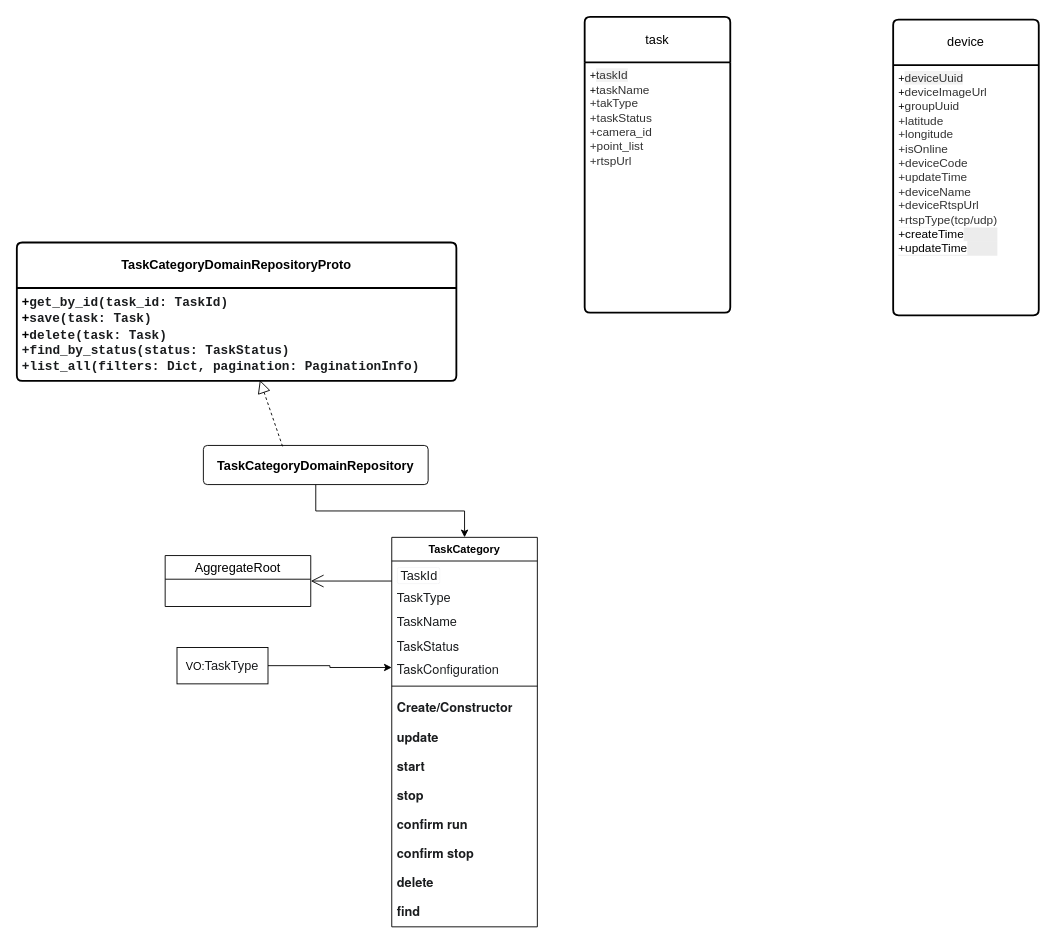
The draw.io diagram 1.drawio in monster-46173/djjs, before the edit. Source tidied: cells renumbered, new cells numbered last; positions are measured from the earlier drawing's top-left corner, leaving out a move shared by most shapes. Both pictures are drawn from the tidied source at 91%, with x=0, y=0 at pixel (16, 16).
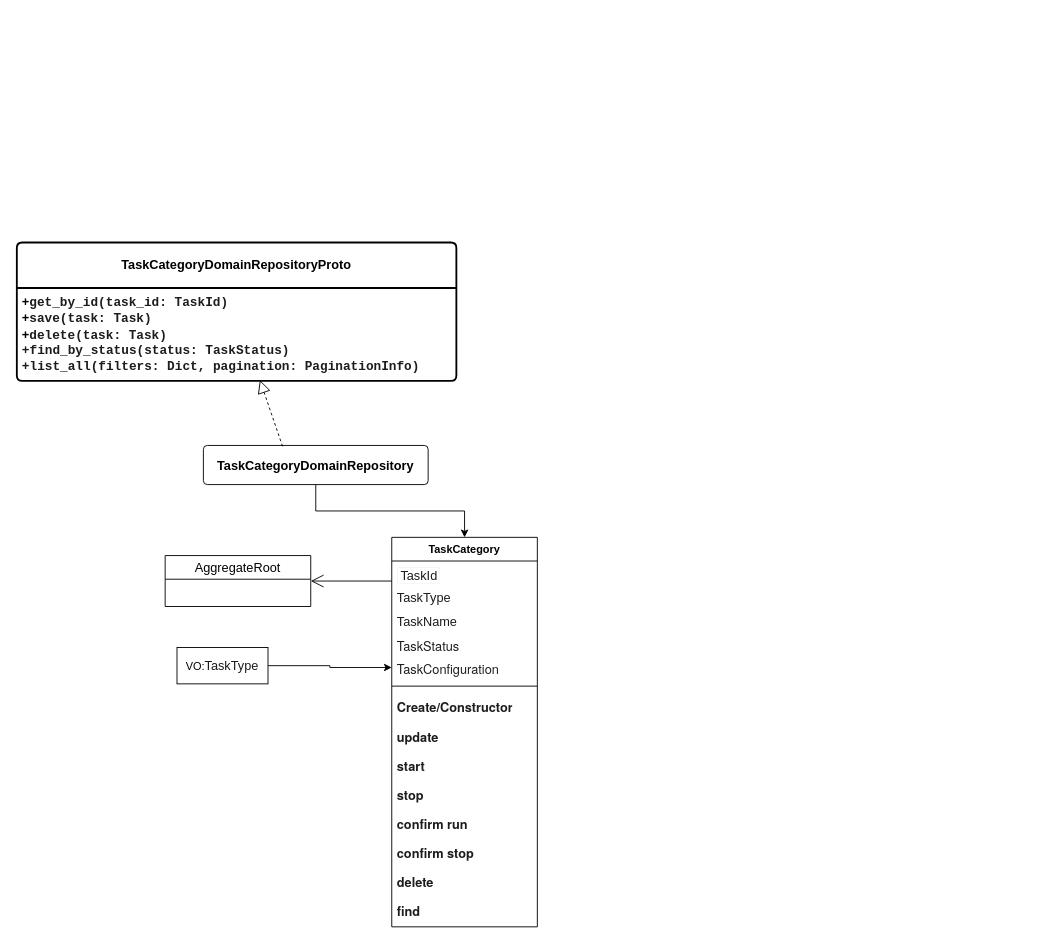
After the change.

Change to the diagram source:
```diff
@@
-    <mxCell id="3" value="device" style="swimlane;horizontal=1;startSize=50;rounded=1;fontSize=14;fontStyle=0;strokeWidth=2;shadow=0;dashed=0;align=center;arcSize=4;whiteSpace=wrap;html=1;" parent="1" vertex="1">
-      <mxGeometry x="963" y="3" width="160" height="325" as="geometry" />
-    </mxCell>
-    <mxCell id="4" value="+&lt;span style=&quot;color: rgb(51, 51, 51); font-family: &amp;quot;Microsoft YaHei&amp;quot;, &amp;quot;Hiragino Sans GB&amp;quot;, &amp;quot;PingFang SC&amp;quot;, SimHei, 宋体, &amp;quot;Arial Unicode MS&amp;quot;; font-size: 13px; text-wrap-mode: nowrap; background-color: rgb(242, 242, 242);&quot;&gt;deviceUuid&lt;/span&gt;&lt;br&gt;+&lt;span style=&quot;color: rgb(51, 51, 51); font-family: &amp;quot;Microsoft YaHei&amp;quot;, &amp;quot;Hiragino Sans GB&amp;quot;, &amp;quot;PingFang SC&amp;quot;, SimHei, 宋体, &amp;quot;Arial Unicode MS&amp;quot;; font-size: 13px; text-wrap-mode: nowrap; background-color: rgb(255, 255, 255);&quot;&gt;deviceImageUrl&lt;/span&gt;&lt;br&gt;+&lt;span style=&quot;color: rgb(51, 51, 51); font-family: &amp;quot;Microsoft YaHei&amp;quot;, &amp;quot;Hiragino Sans GB&amp;quot;, &amp;quot;PingFang SC&amp;quot;, SimHei, 宋体, &amp;quot;Arial Unicode MS&amp;quot;; font-size: 13px; text-wrap-mode: nowrap; background-color: rgb(255, 255, 255);&quot;&gt;groupUuid&lt;/span&gt;&lt;div&gt;&lt;font face=&quot;Microsoft YaHei, Hiragino Sans GB, PingFang SC, SimHei, 宋体, Arial Unicode MS&quot; color=&quot;#333333&quot;&gt;&lt;span style=&quot;font-size: 13px; text-wrap-mode: nowrap;&quot;&gt;+&lt;/span&gt;&lt;/font&gt;&lt;span style=&quot;color: rgb(51, 51, 51); font-family: &amp;quot;Microsoft YaHei&amp;quot;, &amp;quot;Hiragino Sans GB&amp;quot;, &amp;quot;PingFang SC&amp;quot;, SimHei, 宋体, &amp;quot;Arial Unicode MS&amp;quot;; font-size: 13px; text-wrap-mode: nowrap; background-color: rgb(255, 255, 255);&quot;&gt;latitude&lt;/span&gt;&lt;/div&gt;&lt;div&gt;&lt;font face=&quot;Microsoft YaHei, Hiragino Sans GB, PingFang SC, SimHei, 宋体, Arial Unicode MS&quot; color=&quot;#333333&quot;&gt;&lt;span style=&quot;font-size: 13px; text-wrap-mode: nowrap;&quot;&gt;+&lt;/span&gt;&lt;/font&gt;&lt;span style=&quot;color: rgb(51, 51, 51); font-family: &amp;quot;Microsoft YaHei&amp;quot;, &amp;quot;Hiragino Sans GB&amp;quot;, &amp;quot;PingFang SC&amp;quot;, SimHei, 宋体, &amp;quot;Arial Unicode MS&amp;quot;; font-size: 13px; text-wrap-mode: nowrap; background-color: rgb(255, 255, 255);&quot;&gt;longitude&lt;/span&gt;&lt;font face=&quot;Microsoft YaHei, Hiragino Sans GB, PingFang SC, SimHei, 宋体, Arial Unicode MS&quot; color=&quot;#333333&quot;&gt;&lt;span style=&quot;font-size: 13px; text-wrap-mode: nowrap;&quot;&gt;&lt;br&gt;&lt;/span&gt;&lt;/font&gt;&lt;div&gt;&lt;span style=&quot;color: rgb(51, 51, 51); font-family: &amp;quot;Microsoft YaHei&amp;quot;, &amp;quot;Hiragino Sans GB&amp;quot;, &amp;quot;PingFang SC&amp;quot;, SimHei, 宋体, &amp;quot;Arial Unicode MS&amp;quot;; font-size: 13px; text-wrap-mode: nowrap; background-color: rgb(255, 255, 255);&quot;&gt;+&lt;/span&gt;&lt;span style=&quot;background-color: rgb(255, 255, 255); color: rgb(51, 51, 51); font-family: &amp;quot;Microsoft YaHei&amp;quot;, &amp;quot;Hiragino Sans GB&amp;quot;, &amp;quot;PingFang SC&amp;quot;, SimHei, 宋体, &amp;quot;Arial Unicode MS&amp;quot;; font-size: 13px; text-wrap-mode: nowrap;&quot;&gt;isOnline&lt;/span&gt;&lt;/div&gt;&lt;/div&gt;&lt;div&gt;&lt;span style=&quot;background-color: rgb(255, 255, 255); color: rgb(51, 51, 51); font-family: &amp;quot;Microsoft YaHei&amp;quot;, &amp;quot;Hiragino Sans GB&amp;quot;, &amp;quot;PingFang SC&amp;quot;, SimHei, 宋体, &amp;quot;Arial Unicode MS&amp;quot;; font-size: 13px; text-wrap-mode: nowrap;&quot;&gt;+deviceCode&lt;br&gt;+&lt;/span&gt;&lt;span style=&quot;background-color: rgb(255, 255, 255); color: rgb(51, 51, 51); font-family: &amp;quot;Microsoft YaHei&amp;quot;, &amp;quot;Hiragino Sans GB&amp;quot;, &amp;quot;PingFang SC&amp;quot;, SimHei, 宋体, &amp;quot;Arial Unicode MS&amp;quot;; font-size: 13px; text-wrap-mode: nowrap;&quot;&gt;updateTime&lt;/span&gt;&lt;/div&gt;&lt;div&gt;&lt;span style=&quot;background-color: rgb(255, 255, 255); color: rgb(51, 51, 51); font-family: &amp;quot;Microsoft YaHei&amp;quot;, &amp;quot;Hiragino Sans GB&amp;quot;, &amp;quot;PingFang SC&amp;quot;, SimHei, 宋体, &amp;quot;Arial Unicode MS&amp;quot;; font-size: 13px; text-wrap-mode: nowrap;&quot;&gt;+&lt;/span&gt;&lt;span style=&quot;background-color: rgb(255, 255, 255); color: rgb(51, 51, 51); font-family: &amp;quot;Microsoft YaHei&amp;quot;, &amp;quot;Hiragino Sans GB&amp;quot;, &amp;quot;PingFang SC&amp;quot;, SimHei, 宋体, &amp;quot;Arial Unicode MS&amp;quot;; font-size: 13px; text-wrap-mode: nowrap;&quot;&gt;deviceName&lt;/span&gt;&lt;/div&gt;&lt;div&gt;&lt;span style=&quot;background-color: rgb(255, 255, 255); color: rgb(51, 51, 51); font-family: &amp;quot;Microsoft YaHei&amp;quot;, &amp;quot;Hiragino Sans GB&amp;quot;, &amp;quot;PingFang SC&amp;quot;, SimHei, 宋体, &amp;quot;Arial Unicode MS&amp;quot;; font-size: 13px; text-wrap-mode: nowrap;&quot;&gt;+&lt;/span&gt;&lt;span style=&quot;background-color: rgb(255, 255, 255); color: rgb(51, 51, 51); font-family: &amp;quot;Microsoft YaHei&amp;quot;, &amp;quot;Hiragino Sans GB&amp;quot;, &amp;quot;PingFang SC&amp;quot;, SimHei, 宋体, &amp;quot;Arial Unicode MS&amp;quot;; font-size: 13px; text-wrap-mode: nowrap;&quot;&gt;deviceRtspUrl&lt;/span&gt;&lt;/div&gt;&lt;div&gt;&lt;span style=&quot;background-color: rgb(255, 255, 255); color: rgb(51, 51, 51); font-family: &amp;quot;Microsoft YaHei&amp;quot;, &amp;quot;Hiragino Sans GB&amp;quot;, &amp;quot;PingFang SC&amp;quot;, SimHei, 宋体, &amp;quot;Arial Unicode MS&amp;quot;; font-size: 13px; text-wrap-mode: nowrap;&quot;&gt;+&lt;/span&gt;&lt;span style=&quot;background-color: rgb(255, 255, 255); color: rgb(51, 51, 51); font-family: &amp;quot;Microsoft YaHei&amp;quot;, &amp;quot;Hiragino Sans GB&amp;quot;, &amp;quot;PingFang SC&amp;quot;, SimHei, 宋体, &amp;quot;Arial Unicode MS&amp;quot;; font-size: 13px; text-wrap-mode: nowrap;&quot;&gt;rtspType(tcp/udp)&lt;/span&gt;&lt;/div&gt;&lt;div&gt;&lt;span style=&quot;background-color: rgb(255, 255, 255); color: rgb(51, 51, 51); font-family: &amp;quot;Microsoft YaHei&amp;quot;, &amp;quot;Hiragino Sans GB&amp;quot;, &amp;quot;PingFang SC&amp;quot;, SimHei, 宋体, &amp;quot;Arial Unicode MS&amp;quot;; font-size: 13px; text-wrap-mode: nowrap;&quot;&gt;&lt;div style=&quot;color: rgb(0, 0, 0); font-family: Helvetica; font-size: 12px; text-wrap-mode: wrap; background-color: rgb(236, 236, 236);&quot;&gt;&lt;font face=&quot;Microsoft YaHei, Hiragino Sans GB, PingFang SC, SimHei, 宋体, Arial Unicode MS&quot;&gt;&lt;span style=&quot;font-size: 13px; text-wrap-mode: nowrap; background-color: rgb(255, 255, 255);&quot;&gt;+createTime&lt;/span&gt;&lt;/font&gt;&lt;/div&gt;&lt;div style=&quot;color: rgb(0, 0, 0); font-family: Helvetica; font-size: 12px; text-wrap-mode: wrap; background-color: rgb(236, 236, 236);&quot;&gt;&lt;font face=&quot;Microsoft YaHei, Hiragino Sans GB, PingFang SC, SimHei, 宋体, Arial Unicode MS&quot;&gt;&lt;span style=&quot;font-size: 13px; text-wrap-mode: nowrap; background-color: rgb(255, 255, 255);&quot;&gt;+updateTime&lt;/span&gt;&lt;/font&gt;&lt;/div&gt;&lt;/span&gt;&lt;/div&gt;" style="align=left;strokeColor=none;fillColor=none;spacingLeft=4;spacingRight=4;fontSize=12;verticalAlign=top;html=1;whiteSpace=wrap;" parent="3" vertex="1">
-      <mxGeometry y="50" width="160" height="275" as="geometry" />
-    </mxCell>
@@
-    <mxCell id="6" value="task" style="swimlane;horizontal=1;startSize=50;rounded=1;fontSize=14;fontStyle=0;strokeWidth=2;shadow=0;dashed=0;align=center;arcSize=4;whiteSpace=wrap;html=1;" parent="1" vertex="1">
-      <mxGeometry x="624" width="160" height="325" as="geometry" />
-    </mxCell>
-    <mxCell id="7" value="+&lt;span style=&quot;color: rgb(51, 51, 51); font-family: &amp;quot;Microsoft YaHei&amp;quot;, &amp;quot;Hiragino Sans GB&amp;quot;, &amp;quot;PingFang SC&amp;quot;, SimHei, 宋体, &amp;quot;Arial Unicode MS&amp;quot;; font-size: 13px; text-wrap-mode: nowrap; background-color: rgb(242, 242, 242);&quot;&gt;taskId&lt;/span&gt;&lt;br&gt;+&lt;font face=&quot;Microsoft YaHei, Hiragino Sans GB, PingFang SC, SimHei, 宋体, Arial Unicode MS&quot; color=&quot;#333333&quot;&gt;&lt;span style=&quot;font-size: 13px; text-wrap-mode: nowrap; background-color: rgb(255, 255, 255);&quot;&gt;taskName&lt;/span&gt;&lt;/font&gt;&lt;br&gt;&lt;div&gt;&lt;font face=&quot;Microsoft YaHei, Hiragino Sans GB, PingFang SC, SimHei, 宋体, Arial Unicode MS&quot; color=&quot;#333333&quot;&gt;&lt;span style=&quot;font-size: 13px; text-wrap-mode: nowrap; background-color: rgb(255, 255, 255);&quot;&gt;+takType&lt;/span&gt;&lt;/font&gt;&lt;/div&gt;&lt;div&gt;&lt;font face=&quot;Microsoft YaHei, Hiragino Sans GB, PingFang SC, SimHei, 宋体, Arial Unicode MS&quot; color=&quot;#333333&quot;&gt;&lt;span style=&quot;font-size: 13px; text-wrap-mode: nowrap; background-color: rgb(255, 255, 255);&quot;&gt;+taskStatus&lt;/span&gt;&lt;/font&gt;&lt;/div&gt;&lt;div&gt;&lt;font face=&quot;Microsoft YaHei, Hiragino Sans GB, PingFang SC, SimHei, 宋体, Arial Unicode MS&quot; color=&quot;#333333&quot;&gt;&lt;span style=&quot;font-size: 13px; text-wrap-mode: nowrap; background-color: rgb(255, 255, 255);&quot;&gt;+&lt;/span&gt;&lt;/font&gt;&lt;span style=&quot;background-color: transparent; font-size: 13px; text-wrap-mode: nowrap;&quot;&gt;&lt;font face=&quot;Microsoft YaHei, Hiragino Sans GB, PingFang SC, SimHei, 宋体, Arial Unicode MS&quot; color=&quot;#333333&quot;&gt;camera_id&lt;/font&gt;&lt;/span&gt;&lt;/div&gt;&lt;div&gt;&lt;font face=&quot;Microsoft YaHei, Hiragino Sans GB, PingFang SC, SimHei, 宋体, Arial Unicode MS&quot; color=&quot;#333333&quot;&gt;&lt;span style=&quot;font-size: 13px; text-wrap-mode: nowrap; background-color: rgb(255, 255, 255);&quot;&gt;+&lt;/span&gt;&lt;/font&gt;&lt;span style=&quot;background-color: transparent; font-size: 13px; text-wrap-mode: nowrap;&quot;&gt;&lt;font face=&quot;Microsoft YaHei, Hiragino Sans GB, PingFang SC, SimHei, 宋体, Arial Unicode MS&quot; color=&quot;#333333&quot;&gt;point_list&lt;/font&gt;&lt;/span&gt;&lt;/div&gt;&lt;div&gt;&lt;font face=&quot;Microsoft YaHei, Hiragino Sans GB, PingFang SC, SimHei, 宋体, Arial Unicode MS&quot; color=&quot;#333333&quot;&gt;&lt;span style=&quot;font-size: 13px; text-wrap-mode: nowrap; background-color: rgb(255, 255, 255);&quot;&gt;+r&lt;/span&gt;&lt;/font&gt;&lt;span style=&quot;background-color: transparent; color: light-dark(rgb(51, 51, 51), rgb(193, 193, 193)); font-family: &amp;quot;Microsoft YaHei&amp;quot;, &amp;quot;Hiragino Sans GB&amp;quot;, &amp;quot;PingFang SC&amp;quot;, SimHei, 宋体, &amp;quot;Arial Unicode MS&amp;quot;; font-size: 13px; text-wrap-mode: nowrap;&quot;&gt;tspUrl&lt;/span&gt;&lt;/div&gt;" style="align=left;strokeColor=none;fillColor=none;spacingLeft=4;spacingRight=4;fontSize=12;verticalAlign=top;html=1;whiteSpace=wrap;" parent="6" vertex="1">
-      <mxGeometry y="50" width="160" height="275" as="geometry" />
-    </mxCell>
```
